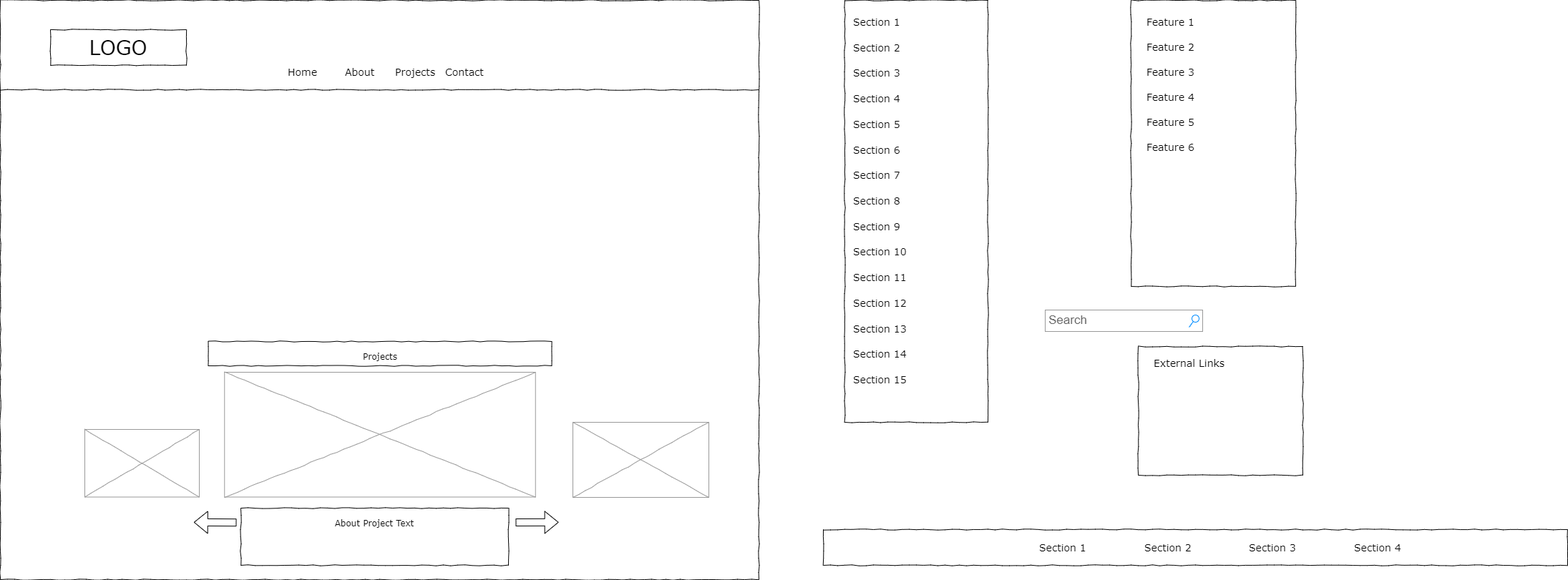
The draw.io diagram Portfolio site diagram.png in davioc/amb-portfolio, before a commit. Source tidied: cells renumbered, new cells last; positions are measured from the earlier drawing's top-left corner, leaving out a move shared by most shapes.
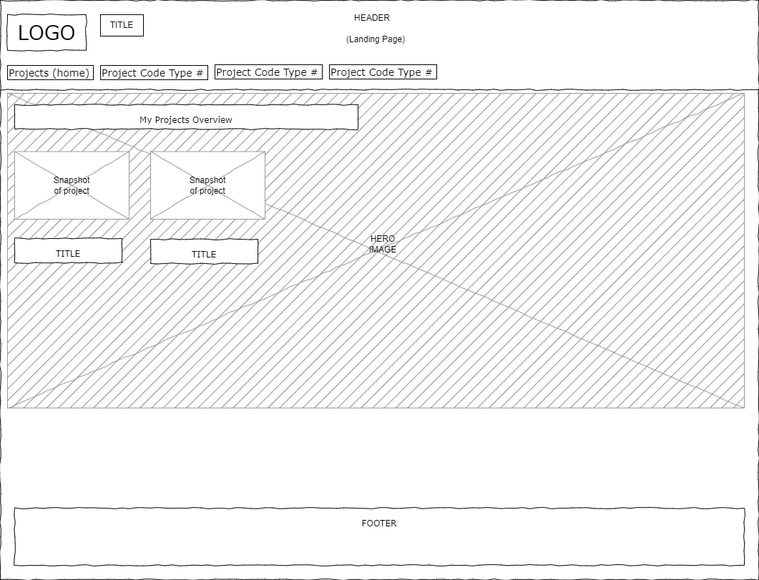
Above is the later version.

Commit message:
updating styles and diagram

What changed in the source:
```diff
@@ -2,144 +2,65 @@
   <root>
     <mxCell id="0" />
     <mxCell id="1" parent="0" />
-    <mxCell id="2" style="whiteSpace=wrap;html=1;rounded=0;shadow=0;labelBackgroundColor=none;strokeColor=#000000;strokeWidth=1;fillColor=none;fontFamily=Verdana;fontSize=12;fontColor=#000000;align=center;comic=1;" parent="1" vertex="1">
+    <mxCell id="2" style="whiteSpace=wrap;html=1;rounded=0;shadow=0;labelBackgroundColor=default;strokeWidth=1;fontFamily=Verdana;fontSize=12;align=center;comic=1;labelBorderColor=default;" parent="1" vertex="1">
       <mxGeometry width="1060" height="810" as="geometry" />
     </mxCell>
     <mxCell id="3" value="LOGO" style="whiteSpace=wrap;html=1;rounded=0;shadow=0;labelBackgroundColor=none;strokeWidth=1;fontFamily=Verdana;fontSize=28;align=center;comic=1;" parent="1" vertex="1">
-      <mxGeometry x="70" y="41" width="190" height="50" as="geometry" />
+      <mxGeometry x="10" y="20" width="110" height="50" as="geometry" />
     </mxCell>
-    <mxCell id="4" value="Search" style="strokeWidth=1;shadow=0;dashed=0;align=center;html=1;shape=mxgraph.mockup.forms.searchBox;strokeColor=#999999;mainText=;strokeColor2=#008cff;fontColor=#666666;fontSize=17;align=left;spacingLeft=3;rounded=0;labelBackgroundColor=none;comic=1;" parent="1" vertex="1">
-      <mxGeometry x="1460" y="433" width="220" height="30" as="geometry" />
-    </mxCell>
-    <mxCell id="5" value="Home" style="text;html=1;align=left;verticalAlign=top;spacingTop=-4;fontSize=14;fontFamily=Verdana;" parent="1" vertex="1">
-      <mxGeometry x="400" y="90" width="60" height="20" as="geometry" />
+    <mxCell id="5" value="Projects (home)" style="text;html=1;align=left;verticalAlign=top;spacingTop=-4;fontSize=14;fontFamily=Verdana;strokeColor=default;" parent="1" vertex="1">
+      <mxGeometry x="10" y="91" width="120" height="20" as="geometry" />
     </mxCell>
-    <mxCell id="6" value="About" style="text;html=1;align=left;verticalAlign=top;spacingTop=-4;fontSize=14;fontFamily=Verdana;" parent="1" vertex="1">
-      <mxGeometry x="480" y="90" width="60" height="20" as="geometry" />
-    </mxCell>
-    <mxCell id="7" value="Projects" style="text;html=1;align=left;verticalAlign=top;spacingTop=-4;fontSize=14;fontFamily=Verdana;" parent="1" vertex="1">
-      <mxGeometry x="550" y="90" width="60" height="20" as="geometry" />
+    <mxCell id="7" value="Project Code Type #" style="text;html=1;align=left;verticalAlign=top;spacingTop=-4;fontSize=14;fontFamily=Verdana;shadow=0;fillColor=none;fillStyle=dashed;strokeColor=default;" parent="1" vertex="1">
+      <mxGeometry x="140" y="91" width="150" height="20" as="geometry" />
     </mxCell>
-    <mxCell id="8" value="Contact" style="text;html=1;align=left;verticalAlign=top;spacingTop=-4;fontSize=14;fontFamily=Verdana;" parent="1" vertex="1">
-      <mxGeometry x="620" y="90" width="60" height="20" as="geometry" />
-    </mxCell>
-    <mxCell id="9" style="whiteSpace=wrap;html=1;rounded=0;shadow=0;labelBackgroundColor=none;strokeWidth=1;fillColor=none;fontFamily=Verdana;fontSize=12;align=center;comic=1;" parent="1" vertex="1">
-      <mxGeometry x="1180" width="200" height="590" as="geometry" />
-    </mxCell>
     <mxCell id="10" style="line;strokeWidth=1;html=1;rounded=0;shadow=0;labelBackgroundColor=none;fillColor=none;fontFamily=Verdana;fontSize=14;fontColor=#000000;align=center;comic=1;" parent="1" vertex="1">
       <mxGeometry y="120" width="1060" height="10" as="geometry" />
     </mxCell>
-    <mxCell id="11" style="whiteSpace=wrap;html=1;rounded=0;shadow=0;labelBackgroundColor=none;strokeWidth=1;fillColor=none;fontFamily=Verdana;fontSize=12;align=center;comic=1;" parent="1" vertex="1">
-      <mxGeometry x="1150" y="740" width="1040" height="50" as="geometry" />
-    </mxCell>
-    <mxCell id="12" value="Section 1" style="text;html=1;align=left;verticalAlign=top;spacingTop=-4;fontSize=14;fontFamily=Verdana;" parent="1" vertex="1">
-      <mxGeometry x="1450" y="755" width="60" height="20" as="geometry" />
-    </mxCell>
-    <mxCell id="13" value="Section 2" style="text;html=1;align=left;verticalAlign=top;spacingTop=-4;fontSize=14;fontFamily=Verdana;" parent="1" vertex="1">
-      <mxGeometry x="1597" y="755" width="60" height="20" as="geometry" />
-    </mxCell>
-    <mxCell id="14" value="Section 3" style="text;html=1;align=left;verticalAlign=top;spacingTop=-4;fontSize=14;fontFamily=Verdana;" parent="1" vertex="1">
-      <mxGeometry x="1743" y="755" width="60" height="20" as="geometry" />
-    </mxCell>
-    <mxCell id="15" value="Section 4" style="text;html=1;align=left;verticalAlign=top;spacingTop=-4;fontSize=14;fontFamily=Verdana;" parent="1" vertex="1">
-      <mxGeometry x="1890" y="755" width="60" height="20" as="geometry" />
-    </mxCell>
-    <mxCell id="16" value="&lt;div style=&quot;text-align: justify&quot;&gt;About Project Text&lt;/div&gt;" style="whiteSpace=wrap;html=1;rounded=0;shadow=0;labelBackgroundColor=none;strokeWidth=1;fillColor=none;fontFamily=Verdana;fontSize=12;align=center;verticalAlign=top;spacing=10;comic=1;" parent="1" vertex="1">
-      <mxGeometry x="336" y="710" width="374" height="80" as="geometry" />
+    <mxCell id="16" value="&lt;div style=&quot;text-align: justify&quot;&gt;FOOTER&lt;/div&gt;" style="whiteSpace=wrap;html=1;rounded=0;shadow=0;labelBackgroundColor=none;strokeWidth=1;fillColor=none;fontFamily=Verdana;fontSize=12;align=center;verticalAlign=top;spacing=10;comic=1;" parent="1" vertex="1">
+      <mxGeometry x="20" y="710" width="1020" height="80" as="geometry" />
     </mxCell>
-    <mxCell id="17" style="whiteSpace=wrap;html=1;rounded=0;shadow=0;labelBackgroundColor=none;strokeWidth=1;fillColor=none;fontFamily=Verdana;fontSize=12;align=center;comic=1;" parent="1" vertex="1">
-      <mxGeometry x="1580" width="230" height="400" as="geometry" />
-    </mxCell>
-    <mxCell id="18" style="whiteSpace=wrap;html=1;rounded=0;shadow=0;labelBackgroundColor=none;strokeWidth=1;fillColor=none;fontFamily=Verdana;fontSize=12;align=center;comic=1;" parent="1" vertex="1">
-      <mxGeometry x="1590" y="484" width="230" height="180" as="geometry" />
-    </mxCell>
-    <mxCell id="19" value="Section 1" style="text;html=1;align=left;verticalAlign=top;spacingTop=-4;fontSize=14;fontFamily=Verdana;" parent="1" vertex="1">
-      <mxGeometry x="1190" y="20" width="170" height="20" as="geometry" />
-    </mxCell>
-    <mxCell id="20" value="Section 2" style="text;html=1;align=left;verticalAlign=top;spacingTop=-4;fontSize=14;fontFamily=Verdana;" parent="1" vertex="1">
-      <mxGeometry x="1190" y="56" width="170" height="20" as="geometry" />
-    </mxCell>
-    <mxCell id="21" value="Section 3" style="text;html=1;align=left;verticalAlign=top;spacingTop=-4;fontSize=14;fontFamily=Verdana;" parent="1" vertex="1">
-      <mxGeometry x="1190" y="91" width="170" height="20" as="geometry" />
-    </mxCell>
-    <mxCell id="22" value="Section 4" style="text;html=1;align=left;verticalAlign=top;spacingTop=-4;fontSize=14;fontFamily=Verdana;" parent="1" vertex="1">
-      <mxGeometry x="1190" y="127" width="170" height="20" as="geometry" />
-    </mxCell>
-    <mxCell id="23" value="Section 7" style="text;html=1;align=left;verticalAlign=top;spacingTop=-4;fontSize=14;fontFamily=Verdana;" parent="1" vertex="1">
-      <mxGeometry x="1190" y="234" width="170" height="20" as="geometry" />
-    </mxCell>
-    <mxCell id="24" value="Section 8" style="text;html=1;align=left;verticalAlign=top;spacingTop=-4;fontSize=14;fontFamily=Verdana;" parent="1" vertex="1">
-      <mxGeometry x="1190" y="270" width="170" height="20" as="geometry" />
-    </mxCell>
-    <mxCell id="25" value="Section 9" style="text;html=1;align=left;verticalAlign=top;spacingTop=-4;fontSize=14;fontFamily=Verdana;" parent="1" vertex="1">
-      <mxGeometry x="1190" y="306" width="170" height="20" as="geometry" />
-    </mxCell>
-    <mxCell id="26" value="Section 10" style="text;html=1;align=left;verticalAlign=top;spacingTop=-4;fontSize=14;fontFamily=Verdana;" parent="1" vertex="1">
-      <mxGeometry x="1190" y="341" width="170" height="20" as="geometry" />
-    </mxCell>
-    <mxCell id="27" value="Section 11" style="text;html=1;align=left;verticalAlign=top;spacingTop=-4;fontSize=14;fontFamily=Verdana;" parent="1" vertex="1">
-      <mxGeometry x="1190" y="377" width="170" height="20" as="geometry" />
-    </mxCell>
-    <mxCell id="28" value="Section 12" style="text;html=1;align=left;verticalAlign=top;spacingTop=-4;fontSize=14;fontFamily=Verdana;" parent="1" vertex="1">
-      <mxGeometry x="1190" y="413" width="170" height="20" as="geometry" />
-    </mxCell>
-    <mxCell id="29" value="Section 13" style="text;html=1;align=left;verticalAlign=top;spacingTop=-4;fontSize=14;fontFamily=Verdana;" parent="1" vertex="1">
-      <mxGeometry x="1190" y="449" width="170" height="20" as="geometry" />
-    </mxCell>
-    <mxCell id="30" value="Section 14" style="text;html=1;align=left;verticalAlign=top;spacingTop=-4;fontSize=14;fontFamily=Verdana;" parent="1" vertex="1">
-      <mxGeometry x="1190" y="484" width="170" height="20" as="geometry" />
-    </mxCell>
-    <mxCell id="31" value="Section 5" style="text;html=1;align=left;verticalAlign=top;spacingTop=-4;fontSize=14;fontFamily=Verdana;" parent="1" vertex="1">
-      <mxGeometry x="1190" y="163" width="170" height="20" as="geometry" />
-    </mxCell>
-    <mxCell id="32" value="Section 6" style="text;html=1;align=left;verticalAlign=top;spacingTop=-4;fontSize=14;fontFamily=Verdana;" parent="1" vertex="1">
-      <mxGeometry x="1190" y="199" width="170" height="20" as="geometry" />
-    </mxCell>
-    <mxCell id="33" value="Section 15" style="text;html=1;align=left;verticalAlign=top;spacingTop=-4;fontSize=14;fontFamily=Verdana;" parent="1" vertex="1">
-      <mxGeometry x="1190" y="520" width="170" height="20" as="geometry" />
-    </mxCell>
-    <mxCell id="34" value="External Links" style="text;html=1;align=left;verticalAlign=top;spacingTop=-4;fontSize=14;fontFamily=Verdana;" parent="1" vertex="1">
-      <mxGeometry x="1610" y="497" width="170" height="20" as="geometry" />
-    </mxCell>
-    <mxCell id="35" value="Feature 1" style="text;html=1;align=left;verticalAlign=top;spacingTop=-4;fontSize=14;fontFamily=Verdana;" parent="1" vertex="1">
-      <mxGeometry x="1600" y="20" width="170" height="20" as="geometry" />
-    </mxCell>
-    <mxCell id="36" value="Feature 2" style="text;html=1;align=left;verticalAlign=top;spacingTop=-4;fontSize=14;fontFamily=Verdana;" parent="1" vertex="1">
-      <mxGeometry x="1600" y="55" width="170" height="20" as="geometry" />
-    </mxCell>
-    <mxCell id="37" value="Feature 3" style="text;html=1;align=left;verticalAlign=top;spacingTop=-4;fontSize=14;fontFamily=Verdana;" parent="1" vertex="1">
-      <mxGeometry x="1600" y="90" width="170" height="20" as="geometry" />
-    </mxCell>
-    <mxCell id="38" value="Feature 4" style="text;html=1;align=left;verticalAlign=top;spacingTop=-4;fontSize=14;fontFamily=Verdana;" parent="1" vertex="1">
-      <mxGeometry x="1600" y="125" width="170" height="20" as="geometry" />
-    </mxCell>
-    <mxCell id="39" value="Feature 5" style="text;html=1;align=left;verticalAlign=top;spacingTop=-4;fontSize=14;fontFamily=Verdana;" parent="1" vertex="1">
-      <mxGeometry x="1600" y="160" width="170" height="20" as="geometry" />
-    </mxCell>
-    <mxCell id="40" value="Feature 6" style="text;html=1;align=left;verticalAlign=top;spacingTop=-4;fontSize=14;fontFamily=Verdana;" parent="1" vertex="1">
-      <mxGeometry x="1600" y="195" width="170" height="20" as="geometry" />
-    </mxCell>
+    <mxCell id="43" style="verticalLabelPosition=bottom;shadow=0;dashed=0;align=center;html=1;verticalAlign=top;strokeWidth=1;shape=mxgraph.mockup.graphics.simpleIcon;strokeColor=#999999;rounded=0;labelBackgroundColor=none;fontFamily=Verdana;fontSize=14;fontColor=#000000;comic=1;fillColor=#666666;fillStyle=hatch;" parent="1" vertex="1">
+      <mxGeometry x="10" y="130" width="1030" height="440" as="geometry" />
+    </mxCell>
     <mxCell id="41" style="verticalLabelPosition=bottom;shadow=0;dashed=0;align=center;html=1;verticalAlign=top;strokeWidth=1;shape=mxgraph.mockup.graphics.simpleIcon;strokeColor=#999999;rounded=0;labelBackgroundColor=none;fontFamily=Verdana;fontSize=14;fontColor=#000000;comic=1;" parent="1" vertex="1">
-      <mxGeometry x="118" y="600" width="160" height="94.5" as="geometry" />
+      <mxGeometry x="20" y="211.5" width="160" height="94.5" as="geometry" />
     </mxCell>
-    <mxCell id="42" style="verticalLabelPosition=bottom;shadow=0;dashed=0;align=center;html=1;verticalAlign=top;strokeWidth=1;shape=mxgraph.mockup.graphics.simpleIcon;strokeColor=#999999;rounded=0;labelBackgroundColor=none;fontFamily=Verdana;fontSize=14;fontColor=#000000;comic=1;" parent="1" vertex="1">
-      <mxGeometry x="800" y="590" width="190" height="105" as="geometry" />
-    </mxCell>
-    <mxCell id="43" style="verticalLabelPosition=bottom;shadow=0;dashed=0;align=center;html=1;verticalAlign=top;strokeWidth=1;shape=mxgraph.mockup.graphics.simpleIcon;strokeColor=#999999;rounded=0;labelBackgroundColor=none;fontFamily=Verdana;fontSize=14;fontColor=#000000;comic=1;" parent="1" vertex="1">
-      <mxGeometry x="313.2" y="520" width="434.5" height="174.5" as="geometry" />
-    </mxCell>
-    <mxCell id="44" value="&lt;div style=&quot;text-align: justify&quot;&gt;Projects&lt;/div&gt;" style="whiteSpace=wrap;html=1;rounded=0;shadow=0;labelBackgroundColor=none;strokeWidth=1;fillColor=none;fontFamily=Verdana;fontSize=12;align=center;verticalAlign=top;spacing=10;comic=1;" parent="1" vertex="1">
-      <mxGeometry x="290.5" y="477" width="480" height="34" as="geometry" />
+    <mxCell id="44" value="&lt;div style=&quot;text-align: justify&quot;&gt;My Projects Overview&lt;/div&gt;" style="whiteSpace=wrap;html=1;rounded=0;shadow=0;labelBackgroundColor=none;strokeWidth=1;fillColor=#FFFFFF;fontFamily=Verdana;fontSize=12;align=center;verticalAlign=top;spacing=10;comic=1;" parent="1" vertex="1">
+      <mxGeometry x="20" y="146" width="480" height="34" as="geometry" />
     </mxCell>
-    <mxCell id="45" style="shape=flexArrow;endArrow=classic;html=1;rounded=0;entryX=0.736;entryY=0.901;entryDx=0;entryDy=0;entryPerimeter=0;" parent="1" edge="1" target="2">
-      <mxGeometry relative="1" as="geometry">
-        <mxPoint x="720" y="730" as="sourcePoint" />
-      </mxGeometry>
-    </mxCell>
-    <mxCell id="46" style="shape=flexArrow;endArrow=classic;html=1;rounded=0;entryX=0.255;entryY=0.901;entryDx=0;entryDy=0;entryPerimeter=0;" parent="1" edge="1" target="2">
-      <mxGeometry relative="1" as="geometry">
-        <mxPoint x="330" y="730.2" as="sourcePoint" />
-      </mxGeometry>
-    </mxCell>
+    <mxCell id="47" value="Project Code Type #" style="text;html=1;align=left;verticalAlign=top;spacingTop=-4;fontSize=14;fontFamily=Verdana;shadow=0;fillColor=none;fillStyle=dashed;strokeColor=default;" parent="1" vertex="1">
+      <mxGeometry x="300" y="90" width="150" height="20" as="geometry" />
+    </mxCell>
+    <mxCell id="48" value="Project Code Type #" style="text;html=1;align=left;verticalAlign=top;spacingTop=-4;fontSize=14;fontFamily=Verdana;shadow=0;fillColor=none;fillStyle=dashed;strokeColor=default;" parent="1" vertex="1">
+      <mxGeometry x="460" y="90" width="150" height="20" as="geometry" />
+    </mxCell>
+    <mxCell id="49" value="TITLE" style="text;html=1;strokeColor=default;fillColor=none;align=center;verticalAlign=middle;whiteSpace=wrap;rounded=0;" parent="1" vertex="1">
+      <mxGeometry x="140" y="20" width="60" height="30" as="geometry" />
+    </mxCell>
+    <mxCell id="50" value="HERO IMAGE" style="text;html=1;strokeColor=none;fillColor=none;align=center;verticalAlign=middle;whiteSpace=wrap;rounded=0;" parent="1" vertex="1">
+      <mxGeometry x="505" y="326" width="60" height="30" as="geometry" />
+    </mxCell>
+    <mxCell id="51" style="verticalLabelPosition=bottom;shadow=0;dashed=0;align=center;html=1;verticalAlign=top;strokeWidth=1;shape=mxgraph.mockup.graphics.simpleIcon;strokeColor=#999999;rounded=0;labelBackgroundColor=none;fontFamily=Verdana;fontSize=14;fontColor=#000000;comic=1;" parent="1" vertex="1">
+      <mxGeometry x="210" y="211.5" width="160" height="94.5" as="geometry" />
+    </mxCell>
+    <mxCell id="52" value="&lt;div style=&quot;text-align: justify&quot;&gt;TITLE&lt;/div&gt;" style="whiteSpace=wrap;html=1;rounded=0;shadow=0;labelBackgroundColor=none;strokeWidth=1;fillColor=#FFFFFF;fontFamily=Verdana;fontSize=12;align=center;verticalAlign=top;spacing=10;comic=1;" parent="1" vertex="1">
+      <mxGeometry x="20" y="333" width="150" height="34" as="geometry" />
+    </mxCell>
+    <mxCell id="53" value="&lt;div style=&quot;text-align: justify&quot;&gt;TITLE&lt;/div&gt;" style="whiteSpace=wrap;html=1;rounded=0;shadow=0;labelBackgroundColor=none;strokeWidth=1;fillColor=#FFFFFF;fontFamily=Verdana;fontSize=12;align=center;verticalAlign=top;spacing=10;comic=1;" parent="1" vertex="1">
+      <mxGeometry x="210" y="334" width="150" height="34" as="geometry" />
+    </mxCell>
+    <mxCell id="54" value="Snapshot of project" style="text;html=1;strokeColor=none;fillColor=none;align=center;verticalAlign=middle;whiteSpace=wrap;rounded=0;" parent="1" vertex="1">
+      <mxGeometry x="260" y="243.8" width="60" height="30" as="geometry" />
+    </mxCell>
+    <mxCell id="55" value="Snapshot of project" style="text;html=1;strokeColor=none;fillColor=none;align=center;verticalAlign=middle;whiteSpace=wrap;rounded=0;" parent="1" vertex="1">
+      <mxGeometry x="70" y="243.8" width="60" height="30" as="geometry" />
+    </mxCell>
+    <mxCell id="56" value="HEADER" style="text;html=1;strokeColor=none;fillColor=none;align=center;verticalAlign=middle;whiteSpace=wrap;rounded=0;" parent="1" vertex="1">
+      <mxGeometry x="490" y="10" width="60" height="30" as="geometry" />
+    </mxCell>
+    <mxCell id="57" value="(Landing Page)" style="text;html=1;strokeColor=none;fillColor=none;align=center;verticalAlign=middle;whiteSpace=wrap;rounded=0;" parent="1" vertex="1">
+      <mxGeometry x="480" y="40" width="90" height="30" as="geometry" />
+    </mxCell>
   </root>
 </mxGraphModel>
```
